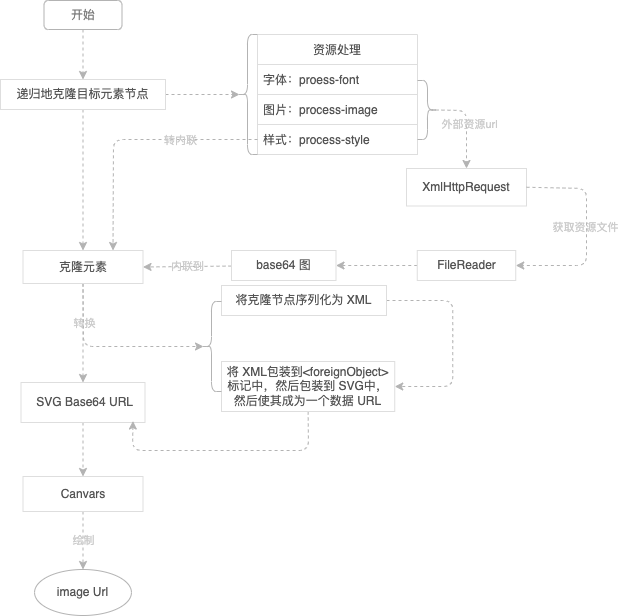
huangjihua/ts-dom-to-image keeps this draw.io diagram as flow-chart.png. Above is the earlier version. Source tidied: cells renumbered, new cells last; positions are measured from the earlier drawing's top-left corner, leaving out a move shared by most shapes.
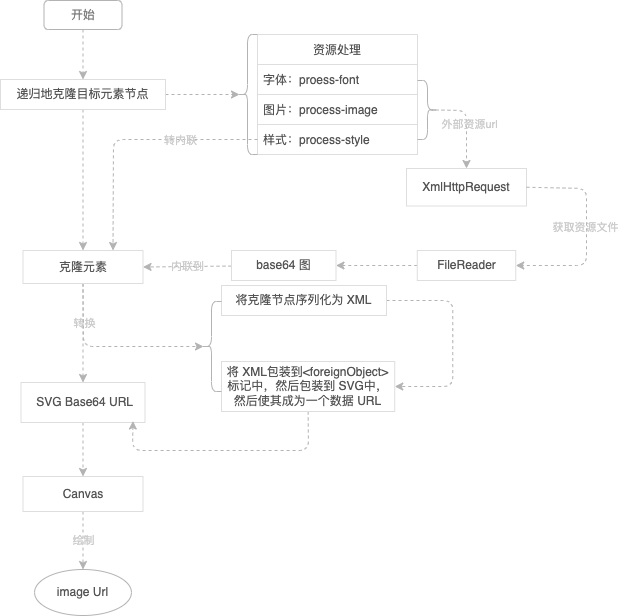
Above is the later version.

Commit message:
fix: update flow-chart

The edit, as a diff of the source:
```diff
@@ -141,7 +141,7 @@
     <mxCell id="38" value="&lt;font color=&quot;#cccccc&quot;&gt;绘制&lt;/font&gt;" style="edgeStyle=none;html=1;shadow=0;dashed=1;labelBackgroundColor=none;fontColor=#FF9999;strokeColor=#B3B3B3;" parent="1" edge="1" source="39" target="40">
       <mxGeometry relative="1" as="geometry" />
     </mxCell>
-    <mxCell id="39" value="Canvars" style="whiteSpace=wrap;html=1;fillColor=#FFFFFF;strokeColor=#DEDEDE;fontColor=#545454;rounded=0;shadow=0;" parent="1" vertex="1">
+    <mxCell id="39" value="Canvas" style="whiteSpace=wrap;html=1;fillColor=#FFFFFF;strokeColor=#DEDEDE;fontColor=#545454;rounded=0;shadow=0;" parent="1" vertex="1">
       <mxGeometry x="22.5" y="476" width="120" height="35" as="geometry" />
     </mxCell>
     <mxCell id="40" value="&lt;font color=&quot;#545454&quot; face=&quot;helvetica&quot;&gt;image Url&lt;/font&gt;" style="ellipse;whiteSpace=wrap;html=1;labelBackgroundColor=none;fontColor=#FF9999;strokeColor=#B3B3B3;fillColor=none;" parent="1" vertex="1">
```
